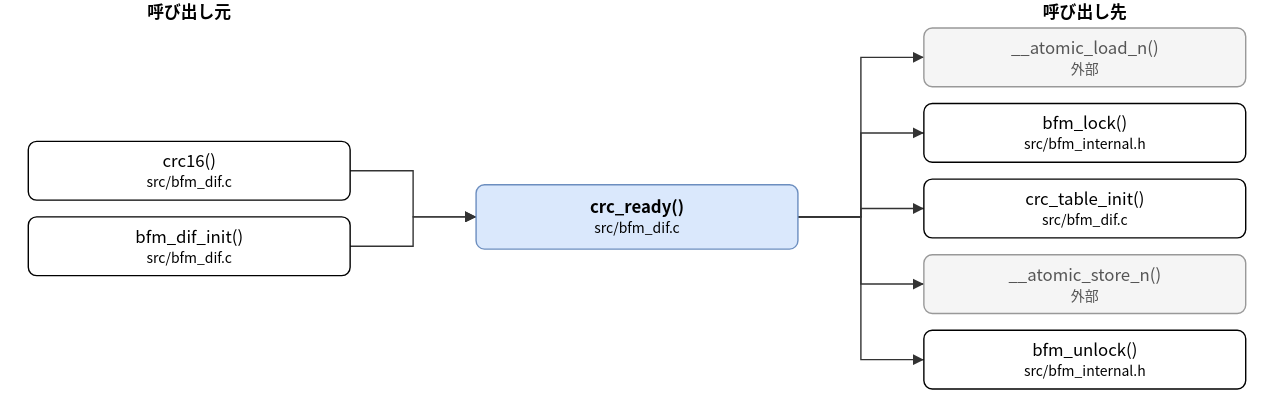
Before: doc/spec/images/call_src_bfm_dif-crc_ready.drawio.svg, a diagram exported from draw.io (hf355051012-ai/bfmem). Source tidied: cells renumbered, new cells last; positions are measured from the earlier drawing's top-left corner, leaving out a move shared by most shapes.
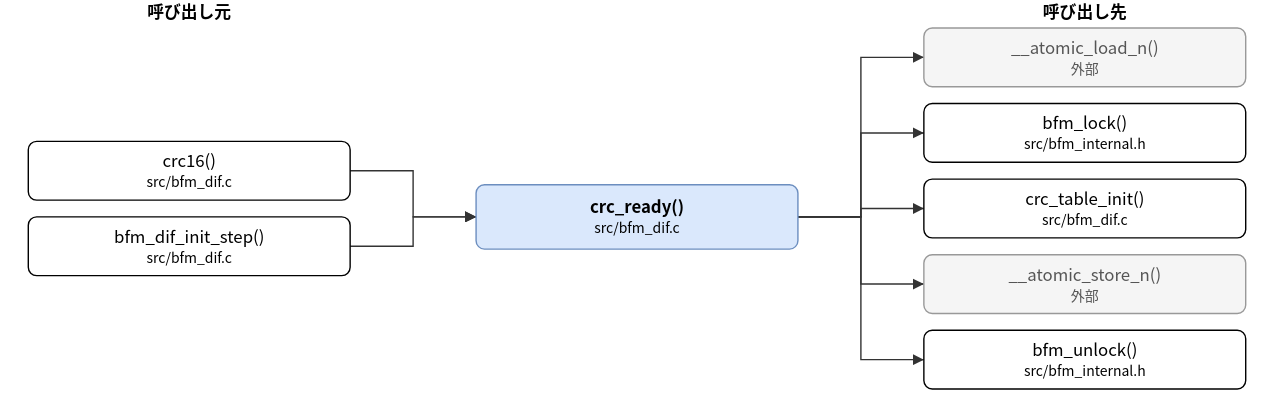
After the commit.

Change to the diagram source:
```diff
@@ -8,7 +8,7 @@
     <mxCell id="3" value="crc16()&lt;br&gt;&lt;font style=&quot;font-size:10px&quot;&gt;src/bfm_dif.c&lt;/font&gt;" style="rounded=1;whiteSpace=wrap;html=1;" parent="1" vertex="1">
       <mxGeometry y="101" width="230" height="42" as="geometry" />
     </mxCell>
-    <mxCell id="4" value="bfm_dif_init()&lt;br&gt;&lt;font style=&quot;font-size:10px&quot;&gt;src/bfm_dif.c&lt;/font&gt;" style="rounded=1;whiteSpace=wrap;html=1;" parent="1" vertex="1">
+    <mxCell id="4" value="bfm_dif_init_step()&lt;br&gt;&lt;font style=&quot;font-size:10px&quot;&gt;src/bfm_dif.c&lt;/font&gt;" style="rounded=1;whiteSpace=wrap;html=1;" parent="1" vertex="1">
       <mxGeometry y="155" width="230" height="42" as="geometry" />
     </mxCell>
     <mxCell id="5" value="__atomic_load_n()&lt;br&gt;&lt;font style=&quot;font-size:10px&quot;&gt;外部&lt;/font&gt;" style="rounded=1;whiteSpace=wrap;html=1;fillColor=#f5f5f5;strokeColor=#999999;fontColor=#555555;" parent="1" vertex="1">
```
